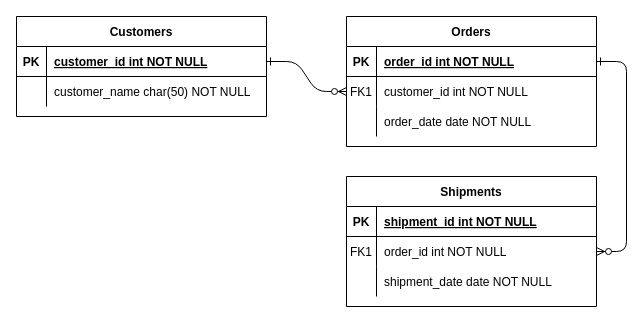
Earlier version of the draw.io diagram Untitled Diagram.drawio (toyabeai/conversate). Source tidied: cells renumbered, new cells numbered last; positions are measured from the earlier drawing's top-left corner, leaving out a move shared by most shapes. Both pictures are drawn from the tidied source at 100%, with x=0, y=0 at pixel (16, 16).
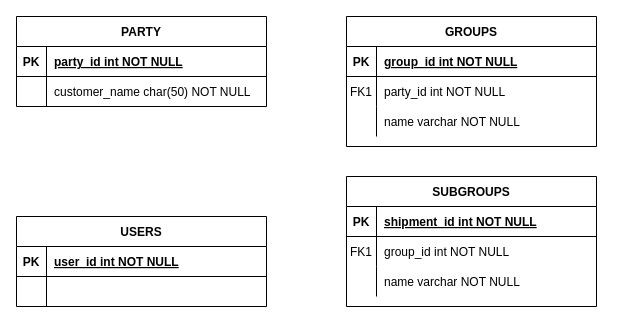
The same diagram, later.

Commit message:
Party Group

Unchanged cells that the change refers to:
```xml
<mxCell id="5" style="shape=partialRectangle;fillColor=none;points=[[0,0.5],[1,0.5]];portConstraint=eastwest;top=0;left=0;right=0;bottom=1;" parent="4" vertex="1">
  <mxGeometry y="30" width="250" height="30" as="geometry" />
</mxCell>
<mxCell id="8" style="shape=partialRectangle;fillColor=none;points=[[0,0.5],[1,0.5]];portConstraint=eastwest;top=0;left=0;right=0;bottom=0;" parent="4" vertex="1">
  <mxGeometry y="60" width="250" height="30" as="geometry" />
</mxCell>
<mxCell id="11" style="shape=partialRectangle;fillColor=none;top=0;left=0;right=0;bottom=0;" parent="4" vertex="1">
  <mxGeometry y="90" width="250" height="30" as="geometry" />
</mxCell>
<mxCell id="18" style="shape=partialRectangle;fillColor=none;points=[[0,0.5],[1,0.5]];portConstraint=eastwest;top=0;left=0;right=0;bottom=0;" parent="14" vertex="1">
  <mxGeometry y="60" width="250" height="30" as="geometry" />
</mxCell>
<mxCell id="21" style="shape=partialRectangle;fillColor=none;top=0;left=0;right=0;bottom=0;" parent="14" vertex="1">
  <mxGeometry y="90" width="250" height="30" as="geometry" />
</mxCell>
<mxCell id="25" style="shape=partialRectangle;fillColor=none;points=[[0,0.5],[1,0.5]];portConstraint=eastwest;top=0;left=0;right=0;bottom=1;" parent="24" vertex="1">
  <mxGeometry y="30" width="250" height="30" as="geometry" />
</mxCell>
```

The edit, as a diff of the source:
```diff
@@
-    <mxCell id="2" style="edgeStyle=entityRelationEdgeStyle;endArrow=ERzeroToMany;startArrow=ERone;endFill=1;startFill=0;" parent="1" edge="1" source="25" target="8">
-      <mxGeometry relative="1" as="geometry" />
-    </mxCell>
-    <mxCell id="3" style="edgeStyle=entityRelationEdgeStyle;endArrow=ERzeroToMany;startArrow=ERone;endFill=1;startFill=0;" parent="1" edge="1" source="5" target="18">
-      <mxGeometry relative="1" as="geometry" />
-    </mxCell>
-    <mxCell id="4" value="Orders" style="shape=table;startSize=30;childLayout=tableLayout;rowLines=0;fontStyle=1;align=center;" parent="1" vertex="1">
+    <mxCell id="4" value="GROUPS" style="shape=table;startSize=30;childLayout=tableLayout;rowLines=0;fontStyle=1;align=center;" parent="1" vertex="1">
       <mxGeometry x="330" width="250" height="130" as="geometry" />
     </mxCell>
@@
-    <mxCell id="7" value="order_id int NOT NULL " style="shape=partialRectangle;overflow=hidden;fillColor=none;top=0;left=0;bottom=0;right=0;align=left;spacingLeft=6;fontStyle=5;" parent="5" vertex="1">
+    <mxCell id="7" value="group_id int NOT NULL " style="shape=partialRectangle;overflow=hidden;fillColor=none;top=0;left=0;bottom=0;right=0;align=left;spacingLeft=6;fontStyle=5;" parent="5" vertex="1">
       <mxGeometry x="30" width="220" height="30" as="geometry" />
     </mxCell>
@@
-    <mxCell id="10" value="customer_id int NOT NULL" style="shape=partialRectangle;overflow=hidden;fillColor=none;top=0;left=0;bottom=0;right=0;align=left;spacingLeft=6;" parent="8" vertex="1">
+    <mxCell id="10" value="party_id int NOT NULL" style="shape=partialRectangle;overflow=hidden;fillColor=none;top=0;left=0;bottom=0;right=0;align=left;spacingLeft=6;" parent="8" vertex="1">
       <mxGeometry x="30" width="220" height="30" as="geometry" />
     </mxCell>
@@
-    <mxCell id="13" value="order_date date NOT NULL" style="shape=partialRectangle;overflow=hidden;fillColor=none;top=0;left=0;bottom=0;right=0;align=left;spacingLeft=6;" parent="11" vertex="1">
+    <mxCell id="13" value="name varchar NOT NULL" style="shape=partialRectangle;overflow=hidden;fillColor=none;top=0;left=0;bottom=0;right=0;align=left;spacingLeft=6;" parent="11" vertex="1">
       <mxGeometry x="30" width="220" height="30" as="geometry" />
     </mxCell>
-    <mxCell id="14" value="Shipments" style="shape=table;startSize=30;childLayout=tableLayout;rowLines=0;fontStyle=1;align=center;" parent="1" vertex="1">
+    <mxCell id="14" value="SUBGROUPS" style="shape=table;startSize=30;childLayout=tableLayout;rowLines=0;fontStyle=1;align=center;" parent="1" vertex="1">
       <mxGeometry x="330" y="160" width="250" height="130" as="geometry" />
     </mxCell>
@@
-    <mxCell id="20" value="order_id int NOT NULL" style="shape=partialRectangle;overflow=hidden;fillColor=none;top=0;left=0;bottom=0;right=0;align=left;spacingLeft=6;" parent="18" vertex="1">
+    <mxCell id="20" value="group_id int NOT NULL" style="shape=partialRectangle;overflow=hidden;fillColor=none;top=0;left=0;bottom=0;right=0;align=left;spacingLeft=6;" parent="18" vertex="1">
       <mxGeometry x="30" width="220" height="30" as="geometry" />
     </mxCell>
@@
-    <mxCell id="23" value="shipment_date date NOT NULL" style="shape=partialRectangle;overflow=hidden;fillColor=none;top=0;left=0;bottom=0;right=0;align=left;spacingLeft=6;" parent="21" vertex="1">
+    <mxCell id="23" value="name varchar NOT NULL" style="shape=partialRectangle;overflow=hidden;fillColor=none;top=0;left=0;bottom=0;right=0;align=left;spacingLeft=6;" parent="21" vertex="1">
       <mxGeometry x="30" width="220" height="30" as="geometry" />
     </mxCell>
-    <mxCell id="24" value="Customers" style="shape=table;startSize=30;childLayout=tableLayout;rowLines=0;fontStyle=1;align=center;" parent="1" vertex="1">
-      <mxGeometry width="250" height="100" as="geometry" />
+    <mxCell id="24" value="PARTY" style="shape=table;startSize=30;childLayout=tableLayout;rowLines=0;fontStyle=1;align=center;" parent="1" vertex="1">
+      <mxGeometry width="250" height="90" as="geometry" />
     </mxCell>
@@
-    <mxCell id="27" value="customer_id int NOT NULL " style="shape=partialRectangle;overflow=hidden;fillColor=none;top=0;left=0;bottom=0;right=0;align=left;spacingLeft=6;fontStyle=5;" parent="25" vertex="1">
+    <mxCell id="27" value="party_id int NOT NULL " style="shape=partialRectangle;overflow=hidden;fillColor=none;top=0;left=0;bottom=0;right=0;align=left;spacingLeft=6;fontStyle=5;" parent="25" vertex="1">
       <mxGeometry x="30" width="220" height="30" as="geometry" />
     </mxCell>
@@
+    <mxCell id="31" value="USERS" style="shape=table;startSize=30;childLayout=tableLayout;rowLines=0;fontStyle=1;align=center;" parent="1" vertex="1">
+      <mxGeometry y="200" width="250" height="90" as="geometry" />
+    </mxCell>
+    <mxCell id="32" style="shape=partialRectangle;fillColor=none;top=0;left=0;right=0;bottom=1;" parent="31" vertex="1">
+      <mxGeometry y="30" width="250" height="30" as="geometry" />
+    </mxCell>
+    <mxCell id="33" value="PK" style="shape=partialRectangle;overflow=hidden;fillColor=none;top=0;left=0;bottom=0;right=0;fontStyle=1;" parent="32" vertex="1">
+      <mxGeometry width="30" height="30" as="geometry" />
+    </mxCell>
+    <mxCell id="34" value="user_id int NOT NULL " style="shape=partialRectangle;overflow=hidden;fillColor=none;top=0;left=0;bottom=0;right=0;align=left;spacingLeft=6;fontStyle=5;" parent="32" vertex="1">
+      <mxGeometry x="30" width="220" height="30" as="geometry" />
+    </mxCell>
+    <mxCell id="35" style="shape=partialRectangle;fillColor=none;top=0;left=0;right=0;bottom=0;" parent="31" vertex="1">
+      <mxGeometry y="60" width="250" height="30" as="geometry" />
+    </mxCell>
+    <mxCell id="36" style="shape=partialRectangle;overflow=hidden;fillColor=none;top=0;left=0;bottom=0;right=0;" parent="35" vertex="1">
+      <mxGeometry width="30" height="30" as="geometry" />
+    </mxCell>
+    <mxCell id="37" style="shape=partialRectangle;overflow=hidden;fillColor=none;top=0;left=0;bottom=0;right=0;align=left;spacingLeft=6;" parent="35" vertex="1">
+      <mxGeometry x="30" width="220" height="30" as="geometry" />
+    </mxCell>
```
